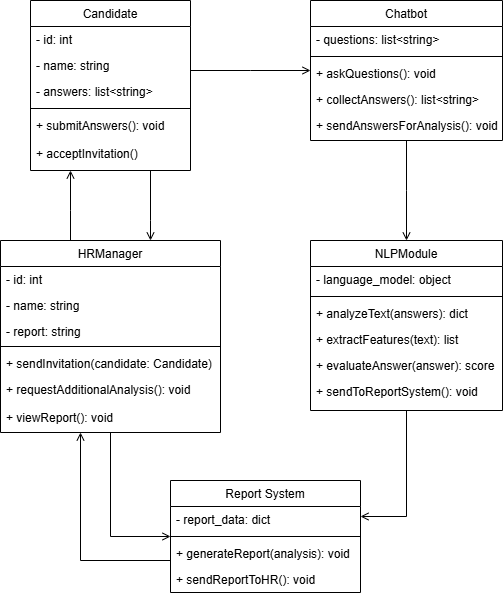
Above: Диаграмма классов.drawio.png in Evgeny-Yakovlev73/Diagramms (draw.io), before the change. Source tidied: cells renumbered, new cells last; positions are measured from the earlier drawing's top-left corner, leaving out a move shared by most shapes.
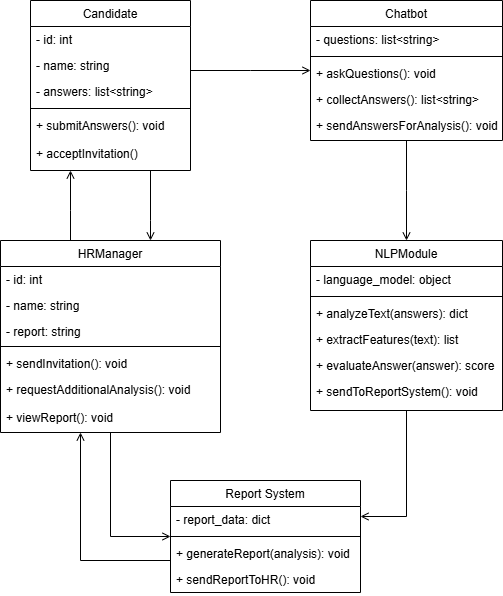
Above is the later version.

Diff of the diagram source:
```diff
@@ -110,7 +110,7 @@
     <mxCell id="34" style="line;html=1;strokeWidth=1;align=left;verticalAlign=middle;spacingTop=-1;spacingLeft=3;spacingRight=3;labelPosition=right;" parent="30" vertex="1">
       <mxGeometry y="102" width="220" height="8" as="geometry" />
     </mxCell>
-    <mxCell id="35" value="+ sendInvitation(candidate: Candidate)" style="text;align=left;verticalAlign=top;spacingLeft=4;spacingRight=4;overflow=hidden;" parent="30" vertex="1">
+    <mxCell id="35" value="+ sendInvitation(): void" style="text;align=left;verticalAlign=top;spacingLeft=4;spacingRight=4;overflow=hidden;" parent="30" vertex="1">
       <mxGeometry y="110" width="220" height="26" as="geometry" />
     </mxCell>
     <mxCell id="36" value="+ requestAdditionalAnalysis(): void" style="text;align=left;verticalAlign=top;spacingLeft=4;spacingRight=4;overflow=hidden;" parent="30" vertex="1">
```
